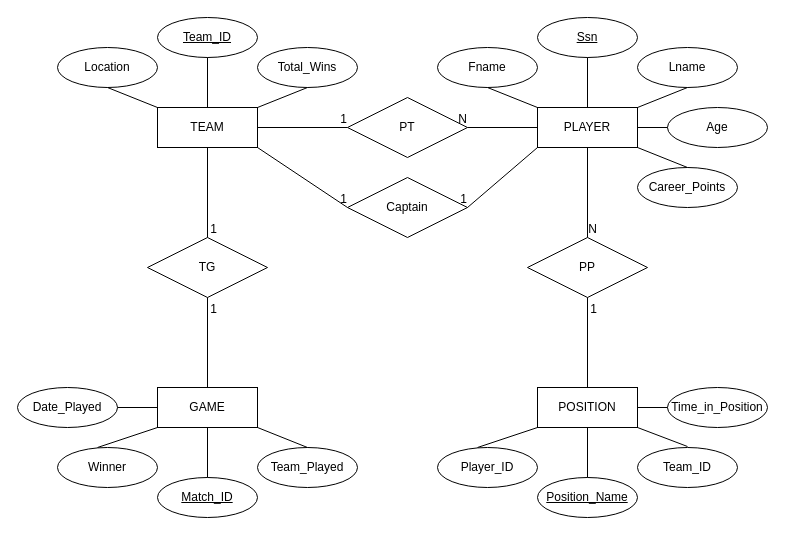
Above: Untitled Diagram.drawio in JarredFoley/Final-Project-CMS (draw.io), before the change. Source tidied: cells renumbered, new cells numbered last; positions are measured from the earlier drawing's top-left corner, leaving out a move shared by most shapes. Both pictures are drawn from the tidied source at 100%, with x=0, y=0 at pixel (17, 17).
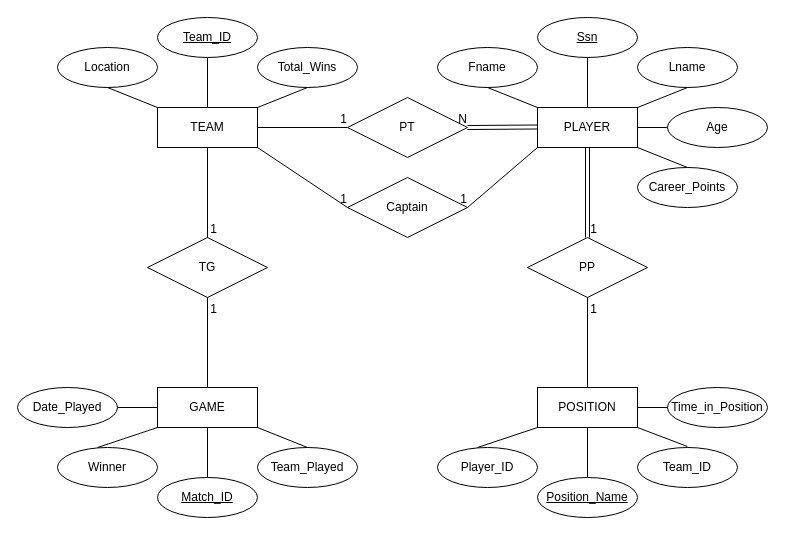
The same diagram, later.

Unchanged cells that the change refers to:
```xml
<mxCell id="3" value="PLAYER" style="whiteSpace=wrap;html=1;align=center;" parent="1" vertex="1">
  <mxGeometry x="520" y="90" width="100" height="40" as="geometry" />
</mxCell>
<mxCell id="7" value="PT" style="shape=rhombus;perimeter=rhombusPerimeter;whiteSpace=wrap;html=1;align=center;" parent="1" vertex="1">
  <mxGeometry x="330" y="80" width="120" height="60" as="geometry" />
</mxCell>
<mxCell id="8" value="PP" style="shape=rhombus;perimeter=rhombusPerimeter;whiteSpace=wrap;html=1;align=center;" parent="1" vertex="1">
  <mxGeometry x="510" y="220" width="120" height="60" as="geometry" />
</mxCell>
```

The edit, as a diff of the source:
```diff
@@
-    <mxCell id="43" style="endArrow=none;html=1;rounded=0;exitX=0;exitY=0.5;exitDx=0;exitDy=0;entryX=1;entryY=0.5;entryDx=0;entryDy=0;" parent="1" edge="1" source="3" target="7">
-      <mxGeometry relative="1" as="geometry" />
-    </mxCell>
-    <mxCell id="44" value="N" style="html=1;align=right;verticalAlign=bottom;" parent="43" vertex="1">
-      <mxGeometry x="1" relative="1" as="geometry" />
-    </mxCell>
-    <mxCell id="45" style="endArrow=none;html=1;rounded=0;" parent="1" edge="1" target="8">
-      <mxGeometry relative="1" as="geometry">
-        <mxPoint x="570" y="130" as="sourcePoint" />
-      </mxGeometry>
-    </mxCell>
-    <mxCell id="46" value="N" style="html=1;align=right;verticalAlign=bottom;" parent="45" vertex="1">
-      <mxGeometry x="1" relative="1" as="geometry">
-        <mxPoint x="10" as="offset" />
-      </mxGeometry>
-    </mxCell>
@@
+    <mxCell id="58" style="shape=link;html=1;rounded=0;entryX=1;entryY=0.5;entryDx=0;entryDy=0;" parent="1" edge="1" target="7">
+      <mxGeometry relative="1" as="geometry">
+        <mxPoint x="520" y="109.5" as="sourcePoint" />
+      </mxGeometry>
+    </mxCell>
+    <mxCell id="59" value="N" style="html=1;align=right;verticalAlign=bottom;" parent="58" vertex="1">
+      <mxGeometry x="1" relative="1" as="geometry" />
+    </mxCell>
+    <mxCell id="60" style="shape=link;html=1;rounded=0;entryX=0.5;entryY=0;entryDx=0;entryDy=0;" parent="1" edge="1" target="8">
+      <mxGeometry relative="1" as="geometry">
+        <mxPoint x="570" y="130" as="sourcePoint" />
+      </mxGeometry>
+    </mxCell>
+    <mxCell id="61" value="1" style="html=1;align=right;verticalAlign=bottom;" parent="60" vertex="1">
+      <mxGeometry x="1" relative="1" as="geometry">
+        <mxPoint x="10" as="offset" />
+      </mxGeometry>
+    </mxCell>
```
